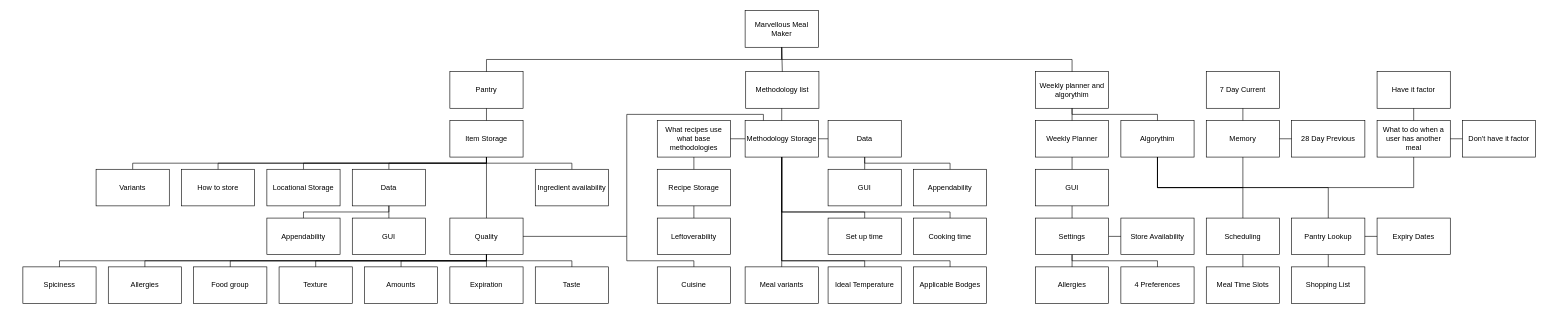
JessHorserage/Marvellous-Meal-Maker keeps this draw.io diagram as Marvellous Meal Maker.drawio. Above is the earlier version. Source tidied: cells renumbered, new cells numbered last; positions are measured from the earlier drawing's top-left corner, leaving out a move shared by most shapes. Both pictures are drawn from the tidied source at 61%, with x=0, y=0 at pixel (23, 10).
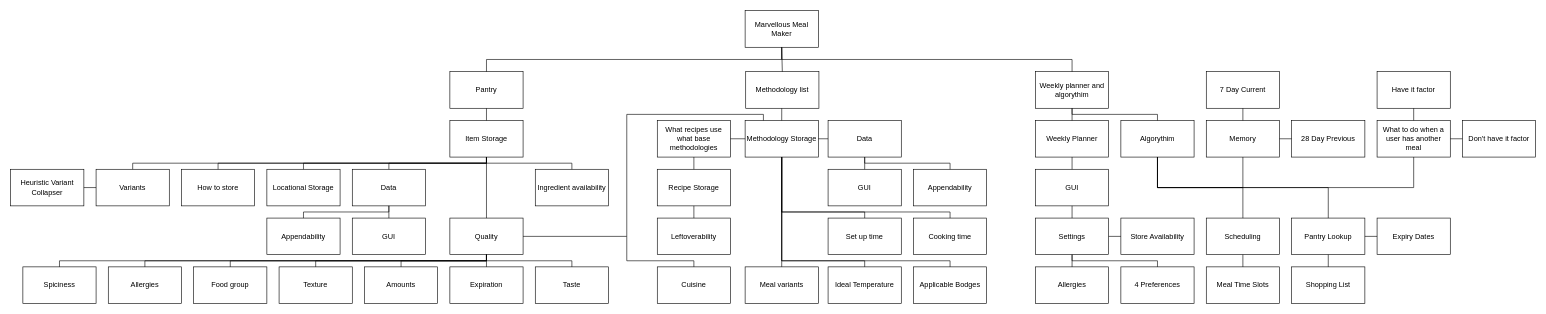
The same page after the edit.

Unchanged cells that the change refers to:
```xml
<mxCell id="26" value="Variants" style="rounded=0;whiteSpace=wrap;html=1;" parent="1" vertex="1">
  <mxGeometry x="120" y="260" width="120" height="60" as="geometry" />
</mxCell>
```

Diff of the diagram source:
```diff
@@
+    <mxCell id="104" value="Heuristic Variant Collapser" style="rounded=0;whiteSpace=wrap;html=1;" parent="1" vertex="1">
+      <mxGeometry x="-20" y="260" width="120" height="60" as="geometry" />
+    </mxCell>
+    <mxCell id="105" style="endArrow=none;html=1;rounded=0;entryX=1;entryY=0.5;entryDx=0;entryDy=0;exitX=0;exitY=0.5;exitDx=0;exitDy=0;" parent="1" edge="1" source="26" target="104">
+      <mxGeometry relative="1" as="geometry" />
+    </mxCell>
```
